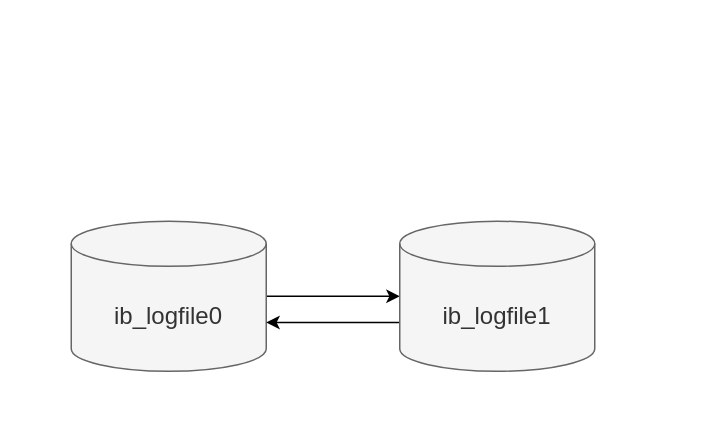
Before: mysql/日志/重做日志文件组.drawio in xiaolincoder/ImageHost4, a draw.io diagram. Source tidied: cells renumbered, new cells numbered last; positions are measured from the earlier drawing's top-left corner, leaving out a move shared by most shapes. Both pictures are drawn from the tidied source at 150%, with x=0, y=0 at pixel (70, 220).
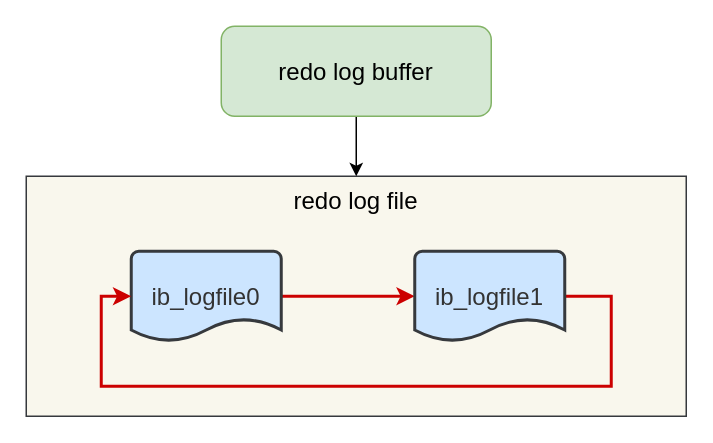
The same diagram, later.

Commit message (it also covers changes not shown here):
Update 重做日志文件组.drawio

Diff of the diagram source:
```diff
@@
 <mxGraphModel>
   <root>
     <mxCell id="0" />
     <mxCell id="1" parent="0" />
+    <mxCell id="6" value="redo log file" style="rounded=0;whiteSpace=wrap;html=1;fontSize=16;verticalAlign=top;fillColor=#f9f7ed;strokeColor=#36393d;" parent="1" vertex="1">
+      <mxGeometry x="-30" y="-30" width="440" height="160" as="geometry" />
+    </mxCell>
+    <mxCell id="7" style="edgeStyle=orthogonalEdgeStyle;rounded=0;jettySize=auto;html=1;entryX=0.5;entryY=0;entryDx=0;entryDy=0;fontSize=16;" parent="1" edge="1" source="8" target="6">
+      <mxGeometry relative="1" as="geometry" />
+    </mxCell>
+    <mxCell id="8" value="redo log buffer" style="rounded=1;whiteSpace=wrap;html=1;fontSize=16;fillColor=#d5e8d4;strokeColor=#82b366;" parent="1" vertex="1">
+      <mxGeometry x="100" y="-130" width="180" height="60" as="geometry" />
+    </mxCell>
-    <mxCell id="2" style="edgeStyle=orthogonalEdgeStyle;rounded=0;jettySize=auto;html=1;entryX=0;entryY=0.5;entryDx=0;entryDy=0;entryPerimeter=0;fontSize=16;" parent="1" edge="1" source="3" target="5">
+    <mxCell id="2" style="edgeStyle=orthogonalEdgeStyle;rounded=0;jettySize=auto;html=1;fontSize=16;strokeWidth=2;strokeColor=#CC0000;" parent="1" edge="1" source="3" target="5">
       <mxGeometry relative="1" as="geometry" />
     </mxCell>
-    <mxCell id="3" value="ib_logfile0" style="shape=cylinder3;whiteSpace=wrap;html=1;boundedLbl=1;backgroundOutline=1;size=15;fontSize=16;fillColor=#f5f5f5;fontColor=#333333;strokeColor=#666666;" parent="1" vertex="1">
-      <mxGeometry width="130" height="100" as="geometry" />
+    <mxCell id="3" value="&lt;span style=&quot;color: rgb(51, 51, 51);&quot;&gt;ib_logfile0&lt;/span&gt;" style="strokeWidth=2;html=1;shape=mxgraph.flowchart.document2;whiteSpace=wrap;size=0.25;fontSize=16;fillColor=#cce5ff;strokeColor=#36393d;" parent="1" vertex="1">
+      <mxGeometry x="40" y="20" width="100" height="60" as="geometry" />
     </mxCell>
-    <mxCell id="4" style="edgeStyle=orthogonalEdgeStyle;rounded=0;jettySize=auto;html=1;entryX=1;entryY=0;entryDx=0;entryDy=67.5;entryPerimeter=0;fontSize=16;exitX=0;exitY=0;exitDx=0;exitDy=67.5;exitPerimeter=0;" parent="1" edge="1" source="5" target="3">
-      <mxGeometry relative="1" as="geometry" />
+    <mxCell id="4" style="edgeStyle=orthogonalEdgeStyle;rounded=0;jettySize=auto;html=1;entryX=0;entryY=0.5;entryDx=0;entryDy=0;entryPerimeter=0;fontSize=16;strokeWidth=2;strokeColor=#CC0000;" parent="1" edge="1" source="5" target="3">
+      <mxGeometry relative="1" as="geometry">
+        <Array as="points">
+          <mxPoint x="360" y="50" />
+          <mxPoint x="360" y="110" />
+          <mxPoint x="20" y="110" />
+          <mxPoint x="20" y="50" />
+        </Array>
+      </mxGeometry>
     </mxCell>
-    <mxCell id="5" value="ib_logfile1" style="shape=cylinder3;whiteSpace=wrap;html=1;boundedLbl=1;backgroundOutline=1;size=15;fontSize=16;fillColor=#f5f5f5;fontColor=#333333;strokeColor=#666666;" parent="1" vertex="1">
-      <mxGeometry x="219" width="130" height="100" as="geometry" />
+    <mxCell id="5" value="&lt;span style=&quot;color: rgb(51, 51, 51);&quot;&gt;ib_logfile1&lt;/span&gt;" style="strokeWidth=2;html=1;shape=mxgraph.flowchart.document2;whiteSpace=wrap;size=0.25;fontSize=16;fillColor=#cce5ff;strokeColor=#36393d;" parent="1" vertex="1">
+      <mxGeometry x="229" y="20" width="100" height="60" as="geometry" />
     </mxCell>
   </root>
 </mxGraphModel>
```
